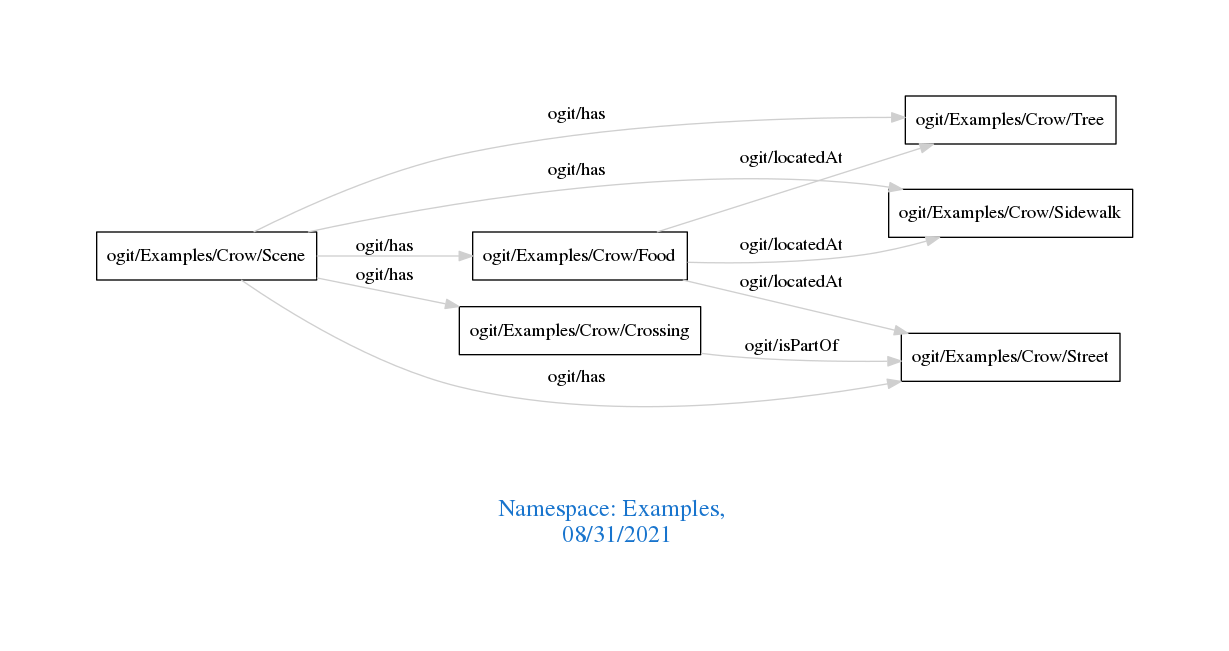
arago/OGIT keeps this Graphviz diagram as downloads/Examples.png. Above is the earlier version. Its source is kept beside it as downloads/Examples.dot.
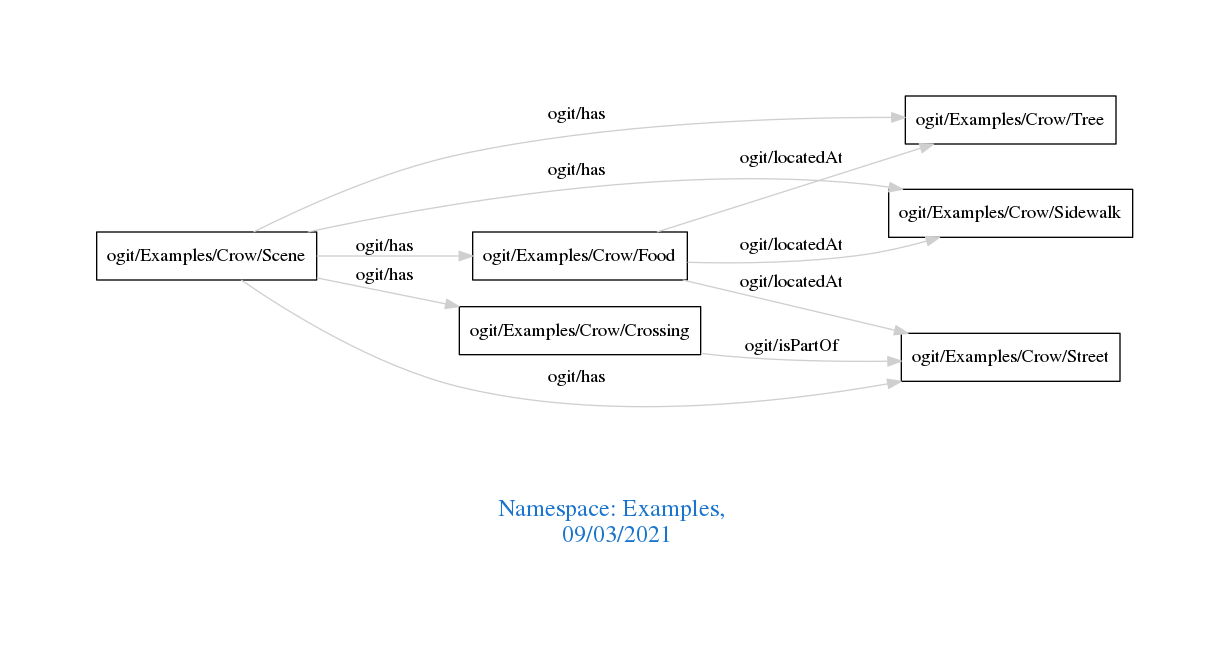
After the commit.

What changed in the source:
```diff
@@ -1,7 +1,7 @@
 digraph OGIT_ontology {
  graph [ rankdir= LR,pad=1
 fontsize = 18,
-fontcolor= dodgerblue3,label = "\n\n\nNamespace: Examples, \n 08/31/2021"];
+fontcolor= dodgerblue3,label = "\n\n\nNamespace: Examples, \n 09/03/2021"];
 node[shape=polygon];
 edge [  color="gray81"];
 
```
